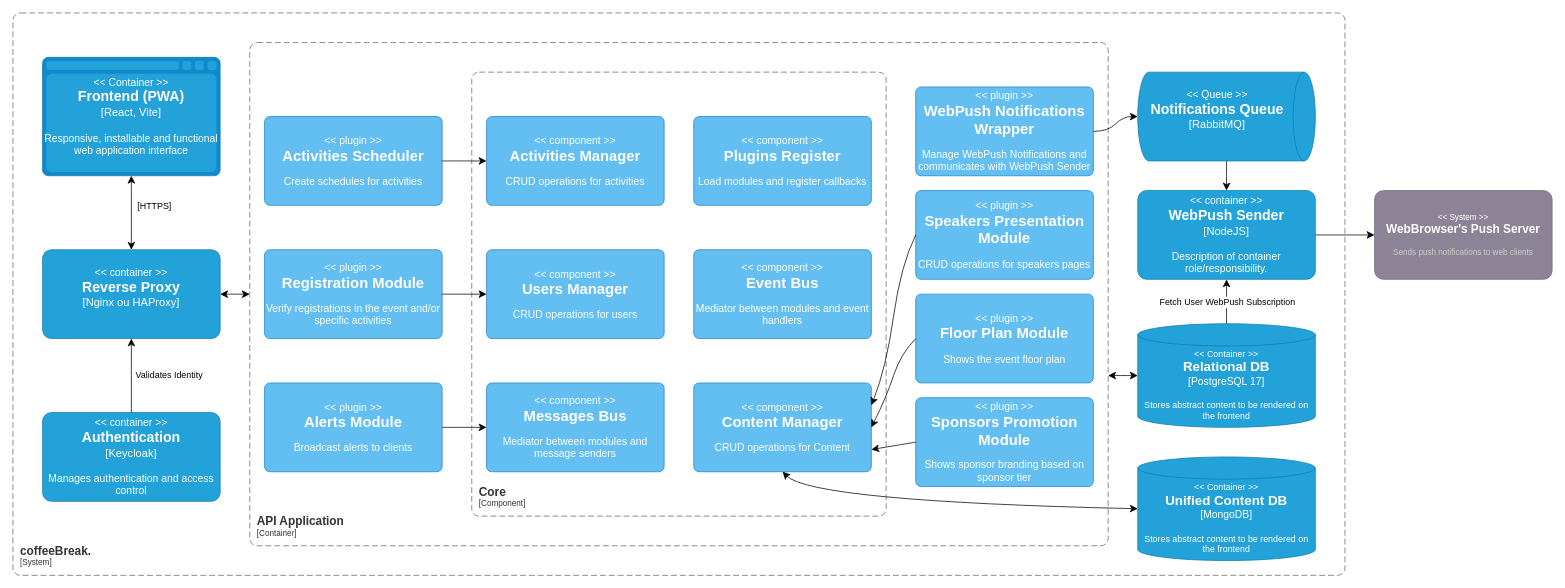
Earlier version of the draw.io diagram page "ComponentsDiagramC4Colored" (7 of 9) of coffeeBreak.drawio (PI-coffeeBreak/diagrams). Source tidied: cells renumbered, new cells numbered last; positions are measured from the earlier drawing's top-left corner, leaving out a move shared by most shapes. Both pictures are drawn from the tidied source at 74%, with x=0, y=0 at pixel (13, 13).
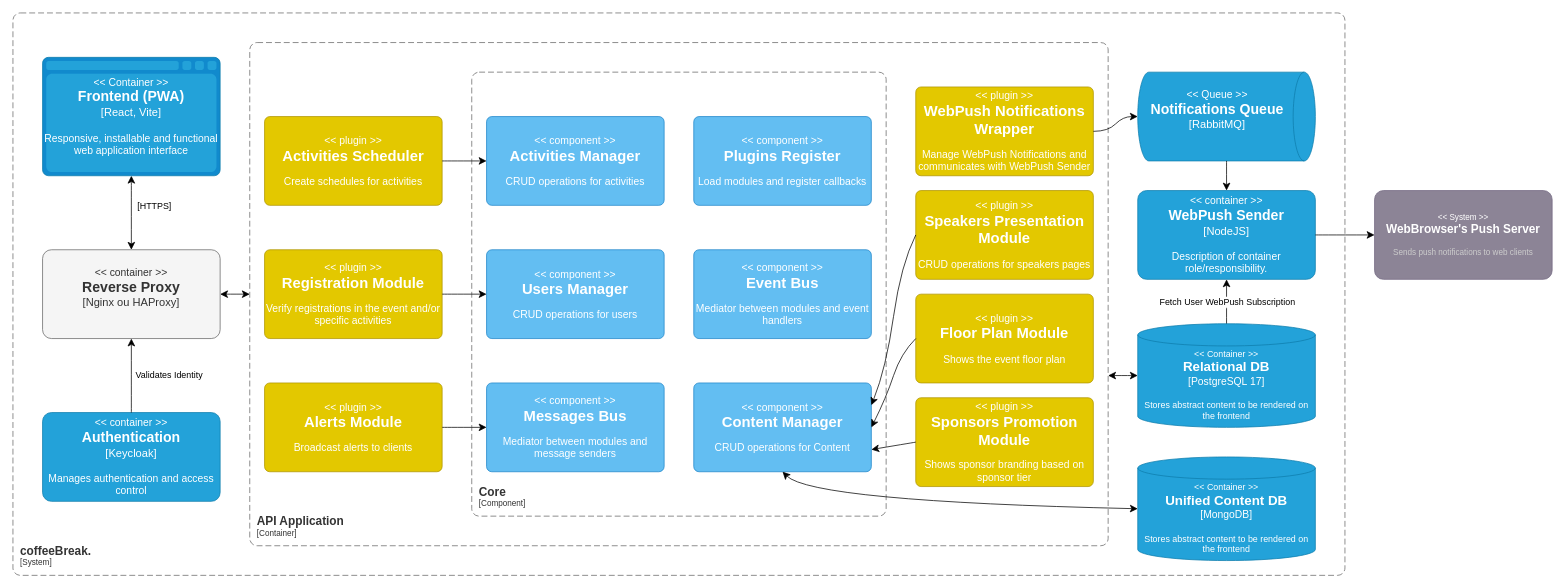
The same diagram, later.

The edit, as a diff of the source:
```diff
@@
-    <object id="2" label="&lt;font style=&quot;font-size: 14px&quot;&gt;&lt;div&gt;&lt;&lt; %c4Type% &gt;&gt;&lt;/div&gt;&lt;/font&gt;&lt;font style=&quot;font-size: 19px&quot;&gt;&lt;/div&gt;&lt;b&gt;%c4Name%&lt;/b&gt;&lt;/font&gt;&#10;&lt;font style=&quot;font-size: 15px&quot;&gt;&lt;div&gt;[%c4Technology%]&lt;/div&gt;&lt;/font&gt;&lt;br&gt;&lt;div&gt;&lt;font style=&quot;font-size: 14px&quot;&gt;%c4Description%&lt;/font&gt;&lt;/div&gt;" c4Description="" c4Name="Reverse Proxy" c4Technology="Nginx ou HAProxy" c4Type="container" placeholders="1">
-      <mxCell style="rounded=1;whiteSpace=wrap;html=1;fontSize=11;labelBackgroundColor=none;fillColor=#23A2D9;fontColor=#ffffff;align=center;arcSize=10;strokeColor=#0E7DAD;points=[[0.25,0,0],[0.5,0,0],[0.75,0,0],[1,0.25,0],[1,0.5,0],[1,0.75,0],[0.75,1,0],[0.5,1,0],[0.25,1,0],[0,0.75,0],[0,0.5,0],[0,0.25,0]];" parent="1" vertex="1">
+    <object id="2" label="&lt;font style=&quot;font-size: 14px&quot;&gt;&lt;div&gt;&amp;lt;&amp;lt; %c4Type% &amp;gt;&amp;gt;&lt;/div&gt;&lt;/font&gt;&lt;font style=&quot;font-size: 19px&quot;&gt;&lt;b&gt;%c4Name%&lt;/b&gt;&lt;/font&gt;&#10;&lt;font style=&quot;font-size: 15px&quot;&gt;&lt;div&gt;[%c4Technology%]&lt;/div&gt;&lt;/font&gt;&lt;br&gt;&lt;div&gt;&lt;font style=&quot;font-size: 14px&quot;&gt;%c4Description%&lt;/font&gt;&lt;/div&gt;" c4Description="" c4Name="Reverse Proxy" c4Technology="Nginx ou HAProxy" c4Type="container" placeholders="1">
+      <mxCell style="rounded=1;whiteSpace=wrap;html=1;fontSize=11;labelBackgroundColor=none;align=center;arcSize=10;points=[[0.25,0,0],[0.5,0,0],[0.75,0,0],[1,0.25,0],[1,0.5,0],[1,0.75,0],[0.75,1,0],[0.5,1,0],[0.25,1,0],[0,0.75,0],[0,0.5,0],[0,0.25,0]];fillColor=#f5f5f5;fontColor=#333333;strokeColor=#666666;" parent="1" vertex="1">
         <mxGeometry x="40" y="320" width="240" height="120" as="geometry" />
       </mxCell>
     </object>
@@
-    <object id="8" label="&lt;font style=&quot;font-size: 14px&quot;&gt;&lt;div&gt;&lt;&lt; %c4Type% &gt;&gt;&lt;/div&gt;&lt;/font&gt;&lt;font style=&quot;font-size: 20px&quot;&gt;&lt;/div&gt;&lt;b&gt;%c4Name%&lt;/b&gt;&lt;/font&gt;&lt;br&gt;&lt;br&gt;&lt;div&gt;&lt;font style=&quot;font-size: 14px&quot;&gt;%c4Description%&lt;/font&gt;&lt;/div&gt;" c4Description="Verify registrations in the event and/or specific activities" c4Name="Registration Module" c4Type="plugin" placeholders="1">
-      <mxCell style="rounded=1;whiteSpace=wrap;html=1;labelBackgroundColor=none;fillColor=#63BEF2;fontColor=#ffffff;align=center;arcSize=6;strokeColor=#2086C9;points=[[0.25,0,0],[0.5,0,0],[0.75,0,0],[1,0.25,0],[1,0.5,0],[1,0.75,0],[0.75,1,0],[0.5,1,0],[0.25,1,0],[0,0.75,0],[0,0.5,0],[0,0.25,0]];" parent="1" vertex="1">
+    <object id="8" label="&lt;font style=&quot;font-size: 14px&quot;&gt;&lt;div&gt;&amp;lt;&amp;lt; %c4Type% &amp;gt;&amp;gt;&lt;/div&gt;&lt;/font&gt;&lt;font style=&quot;font-size: 20px&quot;&gt;&lt;b&gt;%c4Name%&lt;/b&gt;&lt;/font&gt;&lt;br&gt;&lt;br&gt;&lt;div&gt;&lt;font style=&quot;font-size: 14px&quot;&gt;%c4Description%&lt;/font&gt;&lt;/div&gt;" c4Description="Verify registrations in the event and/or specific activities" c4Name="Registration Module" c4Type="plugin" placeholders="1">
+      <mxCell style="rounded=1;whiteSpace=wrap;html=1;labelBackgroundColor=none;fillColor=#e3c800;fontColor=#FFFFFF;align=center;arcSize=6;strokeColor=#B09500;points=[[0.25,0,0],[0.5,0,0],[0.75,0,0],[1,0.25,0],[1,0.5,0],[1,0.75,0],[0.75,1,0],[0.5,1,0],[0.25,1,0],[0,0.75,0],[0,0.5,0],[0,0.25,0]];" parent="1" vertex="1">
         <mxGeometry x="340" y="320" width="240" height="120" as="geometry" />
       </mxCell>
     </object>
-    <object id="9" label="&lt;font style=&quot;font-size: 14px&quot;&gt;&lt;div&gt;&lt;&lt; %c4Type% &gt;&gt;&lt;/div&gt;&lt;/font&gt;&lt;font style=&quot;font-size: 20px&quot;&gt;&lt;/div&gt;&lt;b&gt;%c4Name%&lt;/b&gt;&lt;/font&gt;&lt;br&gt;&lt;br&gt;&lt;div&gt;&lt;font style=&quot;font-size: 14px&quot;&gt;%c4Description%&lt;/font&gt;&lt;/div&gt;" c4Description="Create schedules for activities" c4Name="Activities Scheduler" c4Type="plugin" placeholders="1">
-      <mxCell style="rounded=1;whiteSpace=wrap;html=1;labelBackgroundColor=none;fillColor=#63BEF2;fontColor=#ffffff;align=center;arcSize=6;strokeColor=#2086C9;points=[[0.25,0,0],[0.5,0,0],[0.75,0,0],[1,0.25,0],[1,0.5,0],[1,0.75,0],[0.75,1,0],[0.5,1,0],[0.25,1,0],[0,0.75,0],[0,0.5,0],[0,0.25,0]];" parent="1" vertex="1">
+    <object id="9" label="&lt;font style=&quot;font-size: 14px&quot;&gt;&lt;div&gt;&amp;lt;&amp;lt; %c4Type% &amp;gt;&amp;gt;&lt;/div&gt;&lt;/font&gt;&lt;font style=&quot;font-size: 20px&quot;&gt;&lt;b&gt;%c4Name%&lt;/b&gt;&lt;/font&gt;&lt;br&gt;&lt;br&gt;&lt;div&gt;&lt;font style=&quot;font-size: 14px&quot;&gt;%c4Description%&lt;/font&gt;&lt;/div&gt;" c4Description="Create schedules for activities" c4Name="Activities Scheduler" c4Type="plugin" placeholders="1">
+      <mxCell style="rounded=1;whiteSpace=wrap;html=1;labelBackgroundColor=none;fillColor=#e3c800;fontColor=#FFFFFF;align=center;arcSize=6;strokeColor=#B09500;points=[[0.25,0,0],[0.5,0,0],[0.75,0,0],[1,0.25,0],[1,0.5,0],[1,0.75,0],[0.75,1,0],[0.5,1,0],[0.25,1,0],[0,0.75,0],[0,0.5,0],[0,0.25,0]];" parent="1" vertex="1">
         <mxGeometry x="340" y="140" width="240" height="120" as="geometry" />
       </mxCell>
     </object>
@@
-    <object id="12" label="&lt;font style=&quot;font-size: 14px&quot;&gt;&lt;div&gt;&lt;&lt; %c4Type% &gt;&gt;&lt;/div&gt;&lt;/font&gt;&lt;font style=&quot;font-size: 20px&quot;&gt;&lt;/div&gt;&lt;b&gt;%c4Name%&lt;/b&gt;&lt;/font&gt;&lt;br&gt;&lt;br&gt;&lt;div&gt;&lt;font style=&quot;font-size: 14px&quot;&gt;%c4Description%&lt;/font&gt;&lt;/div&gt;" c4Description="Manage WebPush Notifications and communicates with WebPush Sender" c4Name="WebPush Notifications Wrapper" c4Type="plugin" placeholders="1">
-      <mxCell style="rounded=1;whiteSpace=wrap;html=1;labelBackgroundColor=none;fillColor=#63BEF2;fontColor=#ffffff;align=center;arcSize=6;strokeColor=#2086C9;points=[[0.25,0,0],[0.5,0,0],[0.75,0,0],[1,0.25,0],[1,0.5,0],[1,0.75,0],[0.75,1,0],[0.5,1,0],[0.25,1,0],[0,0.75,0],[0,0.5,0],[0,0.25,0]];" parent="1" vertex="1">
+    <object id="12" label="&lt;font style=&quot;font-size: 14px&quot;&gt;&lt;div&gt;&amp;lt;&amp;lt; %c4Type% &amp;gt;&amp;gt;&lt;/div&gt;&lt;/font&gt;&lt;font style=&quot;font-size: 20px&quot;&gt;&lt;b&gt;%c4Name%&lt;/b&gt;&lt;/font&gt;&lt;br&gt;&lt;br&gt;&lt;div&gt;&lt;font style=&quot;font-size: 14px&quot;&gt;%c4Description%&lt;/font&gt;&lt;/div&gt;" c4Description="Manage WebPush Notifications and communicates with WebPush Sender" c4Name="WebPush Notifications Wrapper" c4Type="plugin" placeholders="1">
+      <mxCell style="rounded=1;whiteSpace=wrap;html=1;labelBackgroundColor=none;fillColor=#e3c800;fontColor=#FFFFFF;align=center;arcSize=6;strokeColor=#B09500;points=[[0.25,0,0],[0.5,0,0],[0.75,0,0],[1,0.25,0],[1,0.5,0],[1,0.75,0],[0.75,1,0],[0.5,1,0],[0.25,1,0],[0,0.75,0],[0,0.5,0],[0,0.25,0]];" parent="1" vertex="1">
         <mxGeometry x="1220" y="100" width="240" height="120" as="geometry" />
       </mxCell>
     </object>
-    <object id="13" label="&lt;font style=&quot;font-size: 14px&quot;&gt;&lt;div&gt;&lt;&lt; %c4Type% &gt;&gt;&lt;/div&gt;&lt;/font&gt;&lt;font style=&quot;font-size: 20px&quot;&gt;&lt;/div&gt;&lt;b&gt;%c4Name%&lt;/b&gt;&lt;/font&gt;&lt;br&gt;&lt;br&gt;&lt;div&gt;&lt;font style=&quot;font-size: 14px&quot;&gt;%c4Description%&lt;/font&gt;&lt;/div&gt;" c4Description="CRUD operations for speakers pages" c4Name="Speakers Presentation Module" c4Type="plugin" placeholders="1">
-      <mxCell style="rounded=1;whiteSpace=wrap;html=1;labelBackgroundColor=none;fillColor=#63BEF2;fontColor=#ffffff;align=center;arcSize=6;strokeColor=#2086C9;points=[[0.25,0,0],[0.5,0,0],[0.75,0,0],[1,0.25,0],[1,0.5,0],[1,0.75,0],[0.75,1,0],[0.5,1,0],[0.25,1,0],[0,0.75,0],[0,0.5,0],[0,0.25,0]];" parent="1" vertex="1">
+    <object id="13" label="&lt;font style=&quot;font-size: 14px&quot;&gt;&lt;div&gt;&amp;lt;&amp;lt; %c4Type% &amp;gt;&amp;gt;&lt;/div&gt;&lt;/font&gt;&lt;font style=&quot;font-size: 20px&quot;&gt;&lt;b&gt;%c4Name%&lt;/b&gt;&lt;/font&gt;&lt;br&gt;&lt;br&gt;&lt;div&gt;&lt;font style=&quot;font-size: 14px&quot;&gt;%c4Description%&lt;/font&gt;&lt;/div&gt;" c4Description="CRUD operations for speakers pages" c4Name="Speakers Presentation Module" c4Type="plugin" placeholders="1">
+      <mxCell style="rounded=1;whiteSpace=wrap;html=1;labelBackgroundColor=none;fillColor=#e3c800;fontColor=#FFFFFF;align=center;arcSize=6;strokeColor=#B09500;points=[[0.25,0,0],[0.5,0,0],[0.75,0,0],[1,0.25,0],[1,0.5,0],[1,0.75,0],[0.75,1,0],[0.5,1,0],[0.25,1,0],[0,0.75,0],[0,0.5,0],[0,0.25,0]];" parent="1" vertex="1">
         <mxGeometry x="1220" y="240" width="240" height="120" as="geometry" />
       </mxCell>
     </object>
-    <object id="14" label="&lt;font style=&quot;font-size: 14px&quot;&gt;&lt;div&gt;&lt;&lt; %c4Type% &gt;&gt;&lt;/div&gt;&lt;/font&gt;&lt;font style=&quot;font-size: 20px&quot;&gt;&lt;/div&gt;&lt;b&gt;%c4Name%&lt;/b&gt;&lt;/font&gt;&lt;br&gt;&lt;br&gt;&lt;div&gt;&lt;font style=&quot;font-size: 14px&quot;&gt;%c4Description%&lt;/font&gt;&lt;/div&gt;" c4Description="Shows the event floor plan" c4Name="Floor Plan Module" c4Type="plugin" placeholders="1">
-      <mxCell style="rounded=1;whiteSpace=wrap;html=1;labelBackgroundColor=none;fillColor=#63BEF2;fontColor=#ffffff;align=center;arcSize=6;strokeColor=#2086C9;points=[[0.25,0,0],[0.5,0,0],[0.75,0,0],[1,0.25,0],[1,0.5,0],[1,0.75,0],[0.75,1,0],[0.5,1,0],[0.25,1,0],[0,0.75,0],[0,0.5,0],[0,0.25,0]];" parent="1" vertex="1">
+    <object id="14" label="&lt;font style=&quot;font-size: 14px&quot;&gt;&lt;div&gt;&amp;lt;&amp;lt; %c4Type% &amp;gt;&amp;gt;&lt;/div&gt;&lt;/font&gt;&lt;font style=&quot;font-size: 20px&quot;&gt;&lt;b&gt;%c4Name%&lt;/b&gt;&lt;/font&gt;&lt;br&gt;&lt;br&gt;&lt;div&gt;&lt;font style=&quot;font-size: 14px&quot;&gt;%c4Description%&lt;/font&gt;&lt;/div&gt;" c4Description="Shows the event floor plan" c4Name="Floor Plan Module" c4Type="plugin" placeholders="1">
+      <mxCell style="rounded=1;whiteSpace=wrap;html=1;labelBackgroundColor=none;fillColor=#e3c800;fontColor=#FFFFFF;align=center;arcSize=6;strokeColor=#B09500;points=[[0.25,0,0],[0.5,0,0],[0.75,0,0],[1,0.25,0],[1,0.5,0],[1,0.75,0],[0.75,1,0],[0.5,1,0],[0.25,1,0],[0,0.75,0],[0,0.5,0],[0,0.25,0]];" parent="1" vertex="1">
         <mxGeometry x="1220" y="380" width="240" height="120" as="geometry" />
       </mxCell>
     </object>
-    <object id="15" label="&lt;font style=&quot;font-size: 14px&quot;&gt;&lt;div&gt;&lt;&lt; %c4Type% &gt;&gt;&lt;/div&gt;&lt;/font&gt;&lt;font style=&quot;font-size: 20px&quot;&gt;&lt;/div&gt;&lt;b&gt;%c4Name%&lt;/b&gt;&lt;/font&gt;&lt;br&gt;&lt;br&gt;&lt;div&gt;&lt;font style=&quot;font-size: 14px&quot;&gt;%c4Description%&lt;/font&gt;&lt;/div&gt;" c4Description="Broadcast alerts to clients" c4Name="Alerts Module" c4Type="plugin" placeholders="1">
-      <mxCell style="rounded=1;whiteSpace=wrap;html=1;labelBackgroundColor=none;fillColor=#63BEF2;fontColor=#ffffff;align=center;arcSize=6;strokeColor=#2086C9;points=[[0.25,0,0],[0.5,0,0],[0.75,0,0],[1,0.25,0],[1,0.5,0],[1,0.75,0],[0.75,1,0],[0.5,1,0],[0.25,1,0],[0,0.75,0],[0,0.5,0],[0,0.25,0]];" parent="1" vertex="1">
+    <object id="15" label="&lt;font style=&quot;font-size: 14px&quot;&gt;&lt;div&gt;&amp;lt;&amp;lt; %c4Type% &amp;gt;&amp;gt;&lt;/div&gt;&lt;/font&gt;&lt;font style=&quot;font-size: 20px&quot;&gt;&lt;b&gt;%c4Name%&lt;/b&gt;&lt;/font&gt;&lt;br&gt;&lt;br&gt;&lt;div&gt;&lt;font style=&quot;font-size: 14px&quot;&gt;%c4Description%&lt;/font&gt;&lt;/div&gt;" c4Description="Broadcast alerts to clients" c4Name="Alerts Module" c4Type="plugin" placeholders="1">
+      <mxCell style="rounded=1;whiteSpace=wrap;html=1;labelBackgroundColor=none;fillColor=#e3c800;fontColor=#FFFFFF;align=center;arcSize=6;strokeColor=#B09500;points=[[0.25,0,0],[0.5,0,0],[0.75,0,0],[1,0.25,0],[1,0.5,0],[1,0.75,0],[0.75,1,0],[0.5,1,0],[0.25,1,0],[0,0.75,0],[0,0.5,0],[0,0.25,0]];" parent="1" vertex="1">
         <mxGeometry x="340" y="500" width="240" height="120" as="geometry" />
       </mxCell>
     </object>
@@
-    <object id="22" label="&lt;font style=&quot;font-size: 14px&quot;&gt;&lt;div&gt;&lt;&lt; %c4Type% &gt;&gt;&lt;/div&gt;&lt;/font&gt;&lt;font style=&quot;font-size: 20px&quot;&gt;&lt;/div&gt;&lt;b&gt;%c4Name%&lt;/b&gt;&lt;/font&gt;&lt;br&gt;&lt;br&gt;&lt;div&gt;&lt;font style=&quot;font-size: 14px&quot;&gt;%c4Description%&lt;/font&gt;&lt;/div&gt;" c4Description="Shows sponsor branding based on sponsor tier" c4Name="Sponsors Promotion Module" c4Type="plugin" placeholders="1">
-      <mxCell style="rounded=1;whiteSpace=wrap;html=1;labelBackgroundColor=none;fillColor=#63BEF2;fontColor=#ffffff;align=center;arcSize=6;strokeColor=#2086C9;points=[[0.25,0,0],[0.5,0,0],[0.75,0,0],[1,0.25,0],[1,0.5,0],[1,0.75,0],[0.75,1,0],[0.5,1,0],[0.25,1,0],[0,0.75,0],[0,0.5,0],[0,0.25,0]];" parent="1" vertex="1">
+    <object id="22" label="&lt;font style=&quot;font-size: 14px&quot;&gt;&lt;div&gt;&amp;lt;&amp;lt; %c4Type% &amp;gt;&amp;gt;&lt;/div&gt;&lt;/font&gt;&lt;font style=&quot;font-size: 20px&quot;&gt;&lt;b&gt;%c4Name%&lt;/b&gt;&lt;/font&gt;&lt;br&gt;&lt;br&gt;&lt;div&gt;&lt;font style=&quot;font-size: 14px&quot;&gt;%c4Description%&lt;/font&gt;&lt;/div&gt;" c4Description="Shows sponsor branding based on sponsor tier" c4Name="Sponsors Promotion Module" c4Type="plugin" placeholders="1">
+      <mxCell style="rounded=1;whiteSpace=wrap;html=1;labelBackgroundColor=none;fillColor=#e3c800;fontColor=#FFFFFF;align=center;arcSize=6;strokeColor=#B09500;points=[[0.25,0,0],[0.5,0,0],[0.75,0,0],[1,0.25,0],[1,0.5,0],[1,0.75,0],[0.75,1,0],[0.5,1,0],[0.25,1,0],[0,0.75,0],[0,0.5,0],[0,0.25,0]];" parent="1" vertex="1">
         <mxGeometry x="1220" y="520" width="240" height="120" as="geometry" />
       </mxCell>
     </object>
```
